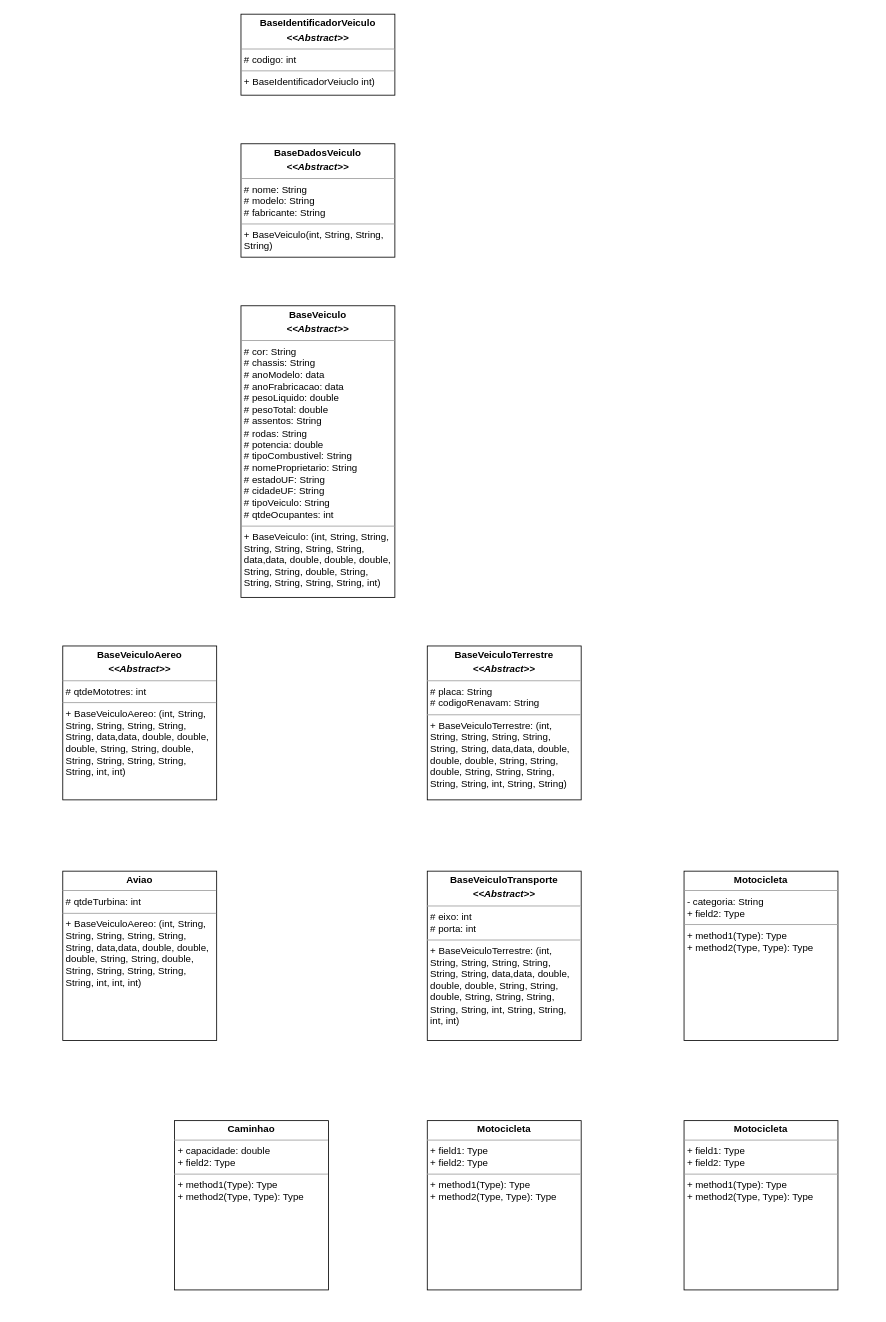
caiobr012/looAtivdade05 keeps this draw.io diagram as looAtividade05.drawio. Above is the earlier version. Source tidied: cells renumbered, new cells numbered last; positions are measured from the earlier drawing's top-left corner, leaving out a move shared by most shapes. Both pictures are drawn from the tidied source at 81%, with x=0, y=0 at pixel (62, 14).
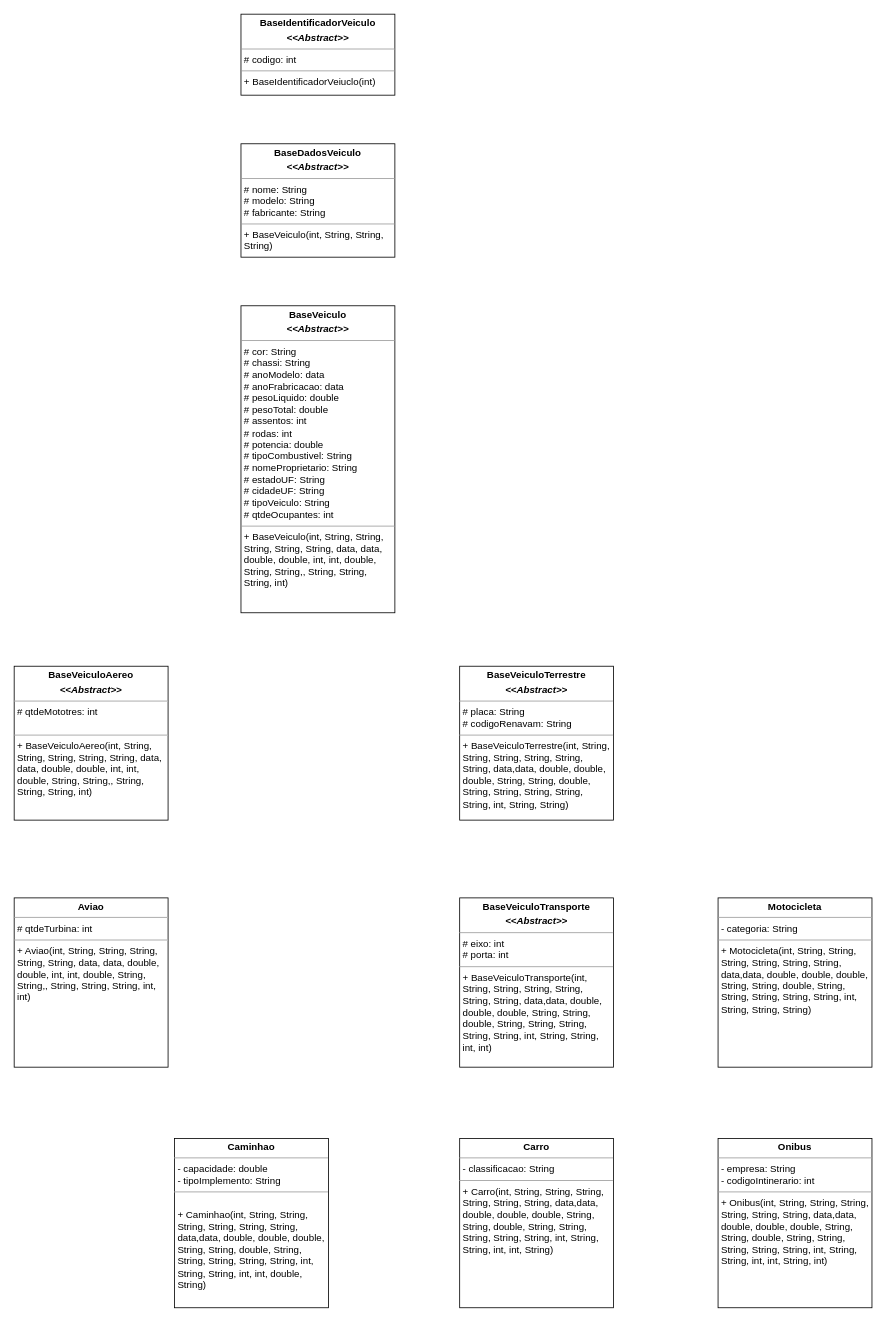
The same page after the edit.

What changed in the source:
```diff
@@
 <mxGraphModel>
   <root>
     <mxCell id="0" />
     <mxCell id="1" parent="0" />
-    <mxCell id="2" value="&lt;p style=&quot;margin:0px;margin-top:4px;text-align:center;&quot;&gt;&lt;b&gt;BaseIdentificadorVeiculo&lt;/b&gt;&lt;/p&gt;&lt;p style=&quot;margin:0px;margin-top:4px;text-align:center;&quot;&gt;&lt;i style=&quot;border-color: var(--border-color);&quot;&gt;&lt;b&gt;&amp;lt;&amp;lt;Abstract&amp;gt;&amp;gt;&lt;/b&gt;&lt;/i&gt;&lt;b&gt;&lt;br&gt;&lt;/b&gt;&lt;/p&gt;&lt;hr size=&quot;1&quot;&gt;&lt;p style=&quot;margin:0px;margin-left:4px;&quot;&gt;# codigo: int&lt;/p&gt;&lt;hr size=&quot;1&quot;&gt;&lt;p style=&quot;margin:0px;margin-left:4px;&quot;&gt;+ BaseIdentificadorVeiuclo int)&lt;/p&gt;" style="verticalAlign=top;align=left;overflow=fill;fontSize=12;fontFamily=Helvetica;html=1;whiteSpace=wrap;" parent="1" vertex="1">
+    <mxCell id="2" value="&lt;p style=&quot;margin:0px;margin-top:4px;text-align:center;&quot;&gt;&lt;b&gt;BaseIdentificadorVeiculo&lt;/b&gt;&lt;/p&gt;&lt;p style=&quot;margin:0px;margin-top:4px;text-align:center;&quot;&gt;&lt;i style=&quot;border-color: var(--border-color);&quot;&gt;&lt;b&gt;&amp;lt;&amp;lt;Abstract&amp;gt;&amp;gt;&lt;/b&gt;&lt;/i&gt;&lt;b&gt;&lt;br&gt;&lt;/b&gt;&lt;/p&gt;&lt;hr size=&quot;1&quot;&gt;&lt;p style=&quot;margin:0px;margin-left:4px;&quot;&gt;# codigo: int&lt;/p&gt;&lt;hr size=&quot;1&quot;&gt;&lt;p style=&quot;margin:0px;margin-left:4px;&quot;&gt;+ BaseIdentificadorVeiuclo(int)&lt;/p&gt;" style="verticalAlign=top;align=left;overflow=fill;fontSize=12;fontFamily=Helvetica;html=1;whiteSpace=wrap;" parent="1" vertex="1">
       <mxGeometry x="220" width="190" height="100" as="geometry" />
     </mxCell>
     <mxCell id="3" value="&lt;p style=&quot;border-color: var(--border-color); margin: 4px 0px 0px; text-align: center;&quot;&gt;&lt;b style=&quot;border-color: var(--border-color);&quot;&gt;BaseDadosVeiculo&lt;/b&gt;&lt;/p&gt;&lt;p style=&quot;border-color: var(--border-color); margin: 4px 0px 0px; text-align: center;&quot;&gt;&lt;i style=&quot;border-color: var(--border-color);&quot;&gt;&lt;b style=&quot;border-color: var(--border-color);&quot;&gt;&amp;lt;&amp;lt;Abstract&amp;gt;&amp;gt;&lt;/b&gt;&lt;/i&gt;&lt;/p&gt;&lt;hr size=&quot;1&quot;&gt;&lt;p style=&quot;margin:0px;margin-left:4px;&quot;&gt;# nome: String&lt;/p&gt;&lt;p style=&quot;margin:0px;margin-left:4px;&quot;&gt;# modelo: String&lt;/p&gt;&lt;p style=&quot;margin:0px;margin-left:4px;&quot;&gt;# fabricante: String&lt;/p&gt;&lt;hr size=&quot;1&quot;&gt;&lt;p style=&quot;margin:0px;margin-left:4px;&quot;&gt;+ BaseVeiculo(int, String, String, String)&lt;/p&gt;" style="verticalAlign=top;align=left;overflow=fill;fontSize=12;fontFamily=Helvetica;html=1;whiteSpace=wrap;" parent="1" vertex="1">
       <mxGeometry x="220" y="160" width="190" height="140" as="geometry" />
     </mxCell>
-    <mxCell id="4" value="&lt;p style=&quot;border-color: var(--border-color); margin: 4px 0px 0px; text-align: center;&quot;&gt;&lt;b&gt;BaseVeiculo&lt;/b&gt;&lt;/p&gt;&lt;p style=&quot;border-color: var(--border-color); margin: 4px 0px 0px; text-align: center;&quot;&gt;&lt;i style=&quot;border-color: var(--border-color);&quot;&gt;&lt;b style=&quot;border-color: var(--border-color);&quot;&gt;&amp;lt;&amp;lt;Abstract&amp;gt;&amp;gt;&lt;/b&gt;&lt;/i&gt;&lt;/p&gt;&lt;hr size=&quot;1&quot;&gt;&lt;p style=&quot;margin:0px;margin-left:4px;&quot;&gt;# cor: String&lt;/p&gt;&lt;p style=&quot;margin:0px;margin-left:4px;&quot;&gt;# chassis: String&lt;/p&gt;&lt;p style=&quot;margin:0px;margin-left:4px;&quot;&gt;# anoModelo: data&lt;/p&gt;&lt;p style=&quot;margin:0px;margin-left:4px;&quot;&gt;# anoFrabricacao: data&lt;/p&gt;&lt;p style=&quot;margin:0px;margin-left:4px;&quot;&gt;# pesoLiquido: double&lt;/p&gt;&lt;p style=&quot;margin:0px;margin-left:4px;&quot;&gt;# pesoTotal: double&lt;/p&gt;&lt;p style=&quot;margin:0px;margin-left:4px;&quot;&gt;# assentos: String&lt;/p&gt;&lt;p style=&quot;margin:0px;margin-left:4px;&quot;&gt;# rodas: String&lt;/p&gt;&lt;p style=&quot;margin:0px;margin-left:4px;&quot;&gt;# potencia: double&lt;/p&gt;&lt;p style=&quot;margin:0px;margin-left:4px;&quot;&gt;# tipoCombustivel: String&lt;/p&gt;&lt;p style=&quot;margin:0px;margin-left:4px;&quot;&gt;# nomeProprietario: String&lt;/p&gt;&lt;p style=&quot;margin:0px;margin-left:4px;&quot;&gt;# estadoUF: String&lt;/p&gt;&lt;p style=&quot;margin:0px;margin-left:4px;&quot;&gt;# cidadeUF: String&lt;/p&gt;&lt;p style=&quot;margin:0px;margin-left:4px;&quot;&gt;# tipoVeiculo: String&lt;/p&gt;&lt;p style=&quot;margin:0px;margin-left:4px;&quot;&gt;# qtdeOcupantes: int&lt;/p&gt;&lt;hr size=&quot;1&quot;&gt;&lt;p style=&quot;margin:0px;margin-left:4px;&quot;&gt;+ BaseVeiculo: (int, String, String, String, String, String, String, data,data, double, double, double, String, String, double, String, String, String, String, String, int)&lt;/p&gt;" style="verticalAlign=top;align=left;overflow=fill;fontSize=12;fontFamily=Helvetica;html=1;whiteSpace=wrap;" parent="1" vertex="1">
-      <mxGeometry x="220" y="360" width="190" height="360" as="geometry" />
+    <mxCell id="4" value="&lt;p style=&quot;border-color: var(--border-color); margin: 4px 0px 0px; text-align: center;&quot;&gt;&lt;b&gt;BaseVeiculo&lt;/b&gt;&lt;/p&gt;&lt;p style=&quot;border-color: var(--border-color); margin: 4px 0px 0px; text-align: center;&quot;&gt;&lt;i style=&quot;border-color: var(--border-color);&quot;&gt;&lt;b style=&quot;border-color: var(--border-color);&quot;&gt;&amp;lt;&amp;lt;Abstract&amp;gt;&amp;gt;&lt;/b&gt;&lt;/i&gt;&lt;/p&gt;&lt;hr size=&quot;1&quot;&gt;&lt;p style=&quot;margin:0px;margin-left:4px;&quot;&gt;# cor: String&lt;/p&gt;&lt;p style=&quot;margin:0px;margin-left:4px;&quot;&gt;# chassi: String&lt;/p&gt;&lt;p style=&quot;margin:0px;margin-left:4px;&quot;&gt;# anoModelo: data&lt;/p&gt;&lt;p style=&quot;margin:0px;margin-left:4px;&quot;&gt;# anoFrabricacao: data&lt;/p&gt;&lt;p style=&quot;margin:0px;margin-left:4px;&quot;&gt;# pesoLiquido: double&lt;/p&gt;&lt;p style=&quot;margin:0px;margin-left:4px;&quot;&gt;# pesoTotal: double&lt;/p&gt;&lt;p style=&quot;margin:0px;margin-left:4px;&quot;&gt;# assentos: int&lt;/p&gt;&lt;p style=&quot;margin:0px;margin-left:4px;&quot;&gt;# rodas: int&lt;/p&gt;&lt;p style=&quot;margin:0px;margin-left:4px;&quot;&gt;# potencia: double&lt;/p&gt;&lt;p style=&quot;margin:0px;margin-left:4px;&quot;&gt;# tipoCombustivel: String&lt;/p&gt;&lt;p style=&quot;margin:0px;margin-left:4px;&quot;&gt;# nomeProprietario: String&lt;/p&gt;&lt;p style=&quot;margin:0px;margin-left:4px;&quot;&gt;# estadoUF: String&lt;/p&gt;&lt;p style=&quot;margin:0px;margin-left:4px;&quot;&gt;# cidadeUF: String&lt;/p&gt;&lt;p style=&quot;margin:0px;margin-left:4px;&quot;&gt;# tipoVeiculo: String&lt;/p&gt;&lt;p style=&quot;margin:0px;margin-left:4px;&quot;&gt;# qtdeOcupantes: int&lt;/p&gt;&lt;hr size=&quot;1&quot;&gt;&lt;p style=&quot;margin:0px;margin-left:4px;&quot;&gt;+ BaseVeiculo(int, String, String, String, String, String, data, data, double, double, int, int, double, String, String,, String, String, String, int)&lt;/p&gt;" style="verticalAlign=top;align=left;overflow=fill;fontSize=12;fontFamily=Helvetica;html=1;whiteSpace=wrap;" parent="1" vertex="1">
+      <mxGeometry x="220" y="360" width="190" height="379" as="geometry" />
     </mxCell>
     <mxCell id="5" style="edgeStyle=orthogonalEdgeStyle;rounded=0;orthogonalLoop=1;jettySize=auto;html=1;exitX=0.5;exitY=1;exitDx=0;exitDy=0;" parent="1" edge="1">
       <mxGeometry relative="1" as="geometry">
         <mxPoint x="315" y="772" as="sourcePoint" />
         <mxPoint x="315" y="772" as="targetPoint" />
       </mxGeometry>
     </mxCell>
-    <mxCell id="6" value="&lt;p style=&quot;border-color: var(--border-color); margin: 4px 0px 0px; text-align: center;&quot;&gt;&lt;b style=&quot;border-color: var(--border-color);&quot;&gt;BaseVeiculoAereo&lt;/b&gt;&lt;/p&gt;&lt;p style=&quot;border-color: var(--border-color); margin: 4px 0px 0px; text-align: center;&quot;&gt;&lt;i style=&quot;border-color: var(--border-color);&quot;&gt;&lt;b style=&quot;border-color: var(--border-color);&quot;&gt;&amp;lt;&amp;lt;Abstract&amp;gt;&amp;gt;&lt;/b&gt;&lt;/i&gt;&lt;/p&gt;&lt;hr size=&quot;1&quot;&gt;&lt;p style=&quot;margin:0px;margin-left:4px;&quot;&gt;# qtdeMototres: int&lt;/p&gt;&lt;hr size=&quot;1&quot;&gt;&lt;p style=&quot;margin:0px;margin-left:4px;&quot;&gt;+ BaseVeiculoAereo: (int, String, String, String, String, String, String, data,data, double, double, double, String, String, double, String, String, String, String, String, int, int)&lt;br&gt;&lt;/p&gt;" style="verticalAlign=top;align=left;overflow=fill;fontSize=12;fontFamily=Helvetica;html=1;whiteSpace=wrap;" parent="1" vertex="1">
-      <mxGeometry y="780" width="190" height="190" as="geometry" />
-    </mxCell>
-    <mxCell id="7" value="&lt;p style=&quot;border-color: var(--border-color); margin: 4px 0px 0px; text-align: center;&quot;&gt;&lt;b style=&quot;border-color: var(--border-color);&quot;&gt;BaseVeiculoTerrestre&lt;/b&gt;&lt;/p&gt;&lt;p style=&quot;border-color: var(--border-color); margin: 4px 0px 0px; text-align: center;&quot;&gt;&lt;i style=&quot;border-color: var(--border-color);&quot;&gt;&lt;b style=&quot;border-color: var(--border-color);&quot;&gt;&amp;lt;&amp;lt;Abstract&amp;gt;&amp;gt;&lt;/b&gt;&lt;/i&gt;&lt;/p&gt;&lt;hr size=&quot;1&quot;&gt;&lt;p style=&quot;margin:0px;margin-left:4px;&quot;&gt;# placa: String&lt;/p&gt;&lt;p style=&quot;margin:0px;margin-left:4px;&quot;&gt;# codigoRenavam: String&lt;/p&gt;&lt;hr size=&quot;1&quot;&gt;&lt;p style=&quot;margin:0px;margin-left:4px;&quot;&gt;+ BaseVeiculoTerrestre&lt;span style=&quot;background-color: initial;&quot;&gt;: (int, String, String, String, String, String, String, data,data, double, double, double, String, String, double, String, String, String, String, String, int, String, String)&lt;/span&gt;&lt;/p&gt;" style="verticalAlign=top;align=left;overflow=fill;fontSize=12;fontFamily=Helvetica;html=1;whiteSpace=wrap;" parent="1" vertex="1">
-      <mxGeometry x="450" y="780" width="190" height="190" as="geometry" />
+    <mxCell id="7" value="&lt;p style=&quot;border-color: var(--border-color); margin: 4px 0px 0px; text-align: center;&quot;&gt;&lt;b style=&quot;border-color: var(--border-color);&quot;&gt;BaseVeiculoTerrestre&lt;/b&gt;&lt;/p&gt;&lt;p style=&quot;border-color: var(--border-color); margin: 4px 0px 0px; text-align: center;&quot;&gt;&lt;i style=&quot;border-color: var(--border-color);&quot;&gt;&lt;b style=&quot;border-color: var(--border-color);&quot;&gt;&amp;lt;&amp;lt;Abstract&amp;gt;&amp;gt;&lt;/b&gt;&lt;/i&gt;&lt;/p&gt;&lt;hr size=&quot;1&quot;&gt;&lt;p style=&quot;margin:0px;margin-left:4px;&quot;&gt;# placa: String&lt;/p&gt;&lt;p style=&quot;margin:0px;margin-left:4px;&quot;&gt;# codigoRenavam: String&lt;/p&gt;&lt;hr size=&quot;1&quot;&gt;&lt;p style=&quot;margin:0px;margin-left:4px;&quot;&gt;+ BaseVeiculoTerrestre&lt;span style=&quot;background-color: initial;&quot;&gt;(int, String, String, String, String, String, String, data,data, double, double, double, String, String, double, String, String, String, String, String, int, String, String)&lt;/span&gt;&lt;/p&gt;" style="verticalAlign=top;align=left;overflow=fill;fontSize=12;fontFamily=Helvetica;html=1;whiteSpace=wrap;" parent="1" vertex="1">
+      <mxGeometry x="490" y="805" width="190" height="190" as="geometry" />
     </mxCell>
-    <mxCell id="8" value="&lt;p style=&quot;margin:0px;margin-top:4px;text-align:center;&quot;&gt;&lt;b&gt;Motocicleta&lt;/b&gt;&lt;/p&gt;&lt;hr size=&quot;1&quot;&gt;&lt;p style=&quot;margin:0px;margin-left:4px;&quot;&gt;- categoria: String&lt;br&gt;+ field2: Type&lt;/p&gt;&lt;hr size=&quot;1&quot;&gt;&lt;p style=&quot;margin:0px;margin-left:4px;&quot;&gt;+ method1(Type): Type&lt;br&gt;+ method2(Type, Type): Type&lt;/p&gt;" style="verticalAlign=top;align=left;overflow=fill;fontSize=12;fontFamily=Helvetica;html=1;whiteSpace=wrap;" parent="1" vertex="1">
-      <mxGeometry x="767" y="1058" width="190" height="209" as="geometry" />
+    <mxCell id="8" value="&lt;p style=&quot;margin:0px;margin-top:4px;text-align:center;&quot;&gt;&lt;b&gt;Motocicleta&lt;/b&gt;&lt;/p&gt;&lt;hr size=&quot;1&quot;&gt;&lt;p style=&quot;margin:0px;margin-left:4px;&quot;&gt;- categoria: String&lt;br&gt;&lt;/p&gt;&lt;hr size=&quot;1&quot;&gt;&lt;p style=&quot;margin:0px;margin-left:4px;&quot;&gt;+ Motocicleta(int, String, String, String, String, String, String, data,data, double, double, double, String, String, double, String, String, String, String, String, int, String, String, String)&lt;br&gt;&lt;/p&gt;" style="verticalAlign=top;align=left;overflow=fill;fontSize=12;fontFamily=Helvetica;html=1;whiteSpace=wrap;" parent="1" vertex="1">
+      <mxGeometry x="809" y="1091" width="190" height="209" as="geometry" />
     </mxCell>
-    <mxCell id="9" value="&lt;p style=&quot;margin:0px;margin-top:4px;text-align:center;&quot;&gt;&lt;b&gt;Aviao&lt;/b&gt;&lt;/p&gt;&lt;hr size=&quot;1&quot;&gt;&lt;p style=&quot;margin:0px;margin-left:4px;&quot;&gt;# qtdeTurbina: int&lt;/p&gt;&lt;hr size=&quot;1&quot;&gt;&lt;p style=&quot;margin:0px;margin-left:4px;&quot;&gt;+ BaseVeiculoAereo: (int, String, String, String, String, String, String, data,data, double, double, double, String, String, double, String, String, String, String, String, int, int, int)&lt;br&gt;&lt;/p&gt;" style="verticalAlign=top;align=left;overflow=fill;fontSize=12;fontFamily=Helvetica;html=1;whiteSpace=wrap;" parent="1" vertex="1">
-      <mxGeometry y="1058" width="190" height="209" as="geometry" />
+    <mxCell id="9" value="&lt;p style=&quot;margin:0px;margin-top:4px;text-align:center;&quot;&gt;&lt;b&gt;Aviao&lt;/b&gt;&lt;/p&gt;&lt;hr size=&quot;1&quot;&gt;&lt;p style=&quot;margin:0px;margin-left:4px;&quot;&gt;# qtdeTurbina: int&lt;/p&gt;&lt;hr size=&quot;1&quot;&gt;&lt;p style=&quot;margin:0px;margin-left:4px;&quot;&gt;+ Aviao(int, String, String, String, String, String, data, data, double, double, int, int, double, String, String,, String, String, String, int, int)&lt;br&gt;&lt;/p&gt;" style="verticalAlign=top;align=left;overflow=fill;fontSize=12;fontFamily=Helvetica;html=1;whiteSpace=wrap;" parent="1" vertex="1">
+      <mxGeometry x="-60" y="1091" width="190" height="209" as="geometry" />
     </mxCell>
-    <mxCell id="10" value="&lt;p style=&quot;border-color: var(--border-color); margin: 4px 0px 0px; text-align: center;&quot;&gt;&lt;b style=&quot;border-color: var(--border-color);&quot;&gt;BaseVeiculoTransporte&lt;/b&gt;&lt;/p&gt;&lt;p style=&quot;border-color: var(--border-color); margin: 4px 0px 0px; text-align: center;&quot;&gt;&lt;i style=&quot;border-color: var(--border-color);&quot;&gt;&lt;b style=&quot;border-color: var(--border-color);&quot;&gt;&amp;lt;&amp;lt;Abstract&amp;gt;&amp;gt;&lt;/b&gt;&lt;/i&gt;&lt;/p&gt;&lt;hr size=&quot;1&quot;&gt;&lt;p style=&quot;margin:0px;margin-left:4px;&quot;&gt;# eixo: int&lt;/p&gt;&lt;p style=&quot;margin:0px;margin-left:4px;&quot;&gt;# porta: int&lt;/p&gt;&lt;hr size=&quot;1&quot;&gt;&lt;p style=&quot;margin:0px;margin-left:4px;&quot;&gt;+ BaseVeiculoTerrestre&lt;span style=&quot;background-color: initial;&quot;&gt;: (int, String, String, String, String, String, String, data,data, double, double, double, String, String, double, String, String, String, String, String, int, String, String, int, int)&lt;/span&gt;&lt;/p&gt;" style="verticalAlign=top;align=left;overflow=fill;fontSize=12;fontFamily=Helvetica;html=1;whiteSpace=wrap;" parent="1" vertex="1">
-      <mxGeometry x="450" y="1058" width="190" height="209" as="geometry" />
+    <mxCell id="10" value="&lt;p style=&quot;border-color: var(--border-color); margin: 4px 0px 0px; text-align: center;&quot;&gt;&lt;b style=&quot;border-color: var(--border-color);&quot;&gt;BaseVeiculoTransporte&lt;/b&gt;&lt;/p&gt;&lt;p style=&quot;border-color: var(--border-color); margin: 4px 0px 0px; text-align: center;&quot;&gt;&lt;i style=&quot;border-color: var(--border-color);&quot;&gt;&lt;b style=&quot;border-color: var(--border-color);&quot;&gt;&amp;lt;&amp;lt;Abstract&amp;gt;&amp;gt;&lt;/b&gt;&lt;/i&gt;&lt;/p&gt;&lt;hr size=&quot;1&quot;&gt;&lt;p style=&quot;margin:0px;margin-left:4px;&quot;&gt;# eixo: int&lt;/p&gt;&lt;p style=&quot;margin:0px;margin-left:4px;&quot;&gt;# porta: int&lt;/p&gt;&lt;hr size=&quot;1&quot;&gt;&lt;p style=&quot;margin:0px;margin-left:4px;&quot;&gt;+ BaseVeiculoTransporte(int, String, String, String, String, String, String, data,data, double, double, double, String, String, double, String, String, String, String, String, int, String, String, int, int)&lt;br&gt;&lt;/p&gt;" style="verticalAlign=top;align=left;overflow=fill;fontSize=12;fontFamily=Helvetica;html=1;whiteSpace=wrap;" parent="1" vertex="1">
+      <mxGeometry x="490" y="1091" width="190" height="209" as="geometry" />
     </mxCell>
-    <mxCell id="11" value="&lt;p style=&quot;margin:0px;margin-top:4px;text-align:center;&quot;&gt;&lt;b&gt;Caminhao&lt;/b&gt;&lt;/p&gt;&lt;hr size=&quot;1&quot;&gt;&lt;p style=&quot;margin:0px;margin-left:4px;&quot;&gt;+ capacidade: double&lt;br&gt;+ field2: Type&lt;/p&gt;&lt;hr size=&quot;1&quot;&gt;&lt;p style=&quot;margin:0px;margin-left:4px;&quot;&gt;+ method1(Type): Type&lt;br&gt;+ method2(Type, Type): Type&lt;/p&gt;" style="verticalAlign=top;align=left;overflow=fill;fontSize=12;fontFamily=Helvetica;html=1;whiteSpace=wrap;" parent="1" vertex="1">
-      <mxGeometry x="138" y="1366" width="190" height="209" as="geometry" />
+    <mxCell id="11" value="&lt;p style=&quot;margin:0px;margin-top:4px;text-align:center;&quot;&gt;&lt;b&gt;Caminhao&lt;/b&gt;&lt;/p&gt;&lt;hr size=&quot;1&quot;&gt;&lt;p style=&quot;margin:0px;margin-left:4px;&quot;&gt;- capacidade: double&lt;br&gt;- tipoImplemento: String&lt;/p&gt;&lt;hr size=&quot;1&quot;&gt;&lt;p style=&quot;margin:0px;margin-left:4px;&quot;&gt;&lt;br&gt;&lt;/p&gt;&lt;p style=&quot;margin:0px;margin-left:4px;&quot;&gt;+ Caminhao(int, String, String, String, String, String, String, data,data, double, double, double, String, String, double, String, String, String, String, String, int, String, String, int, int, double, String)&lt;br&gt;&lt;br&gt;&lt;/p&gt;" style="verticalAlign=top;align=left;overflow=fill;fontSize=12;fontFamily=Helvetica;html=1;whiteSpace=wrap;" parent="1" vertex="1">
+      <mxGeometry x="138" y="1388" width="190" height="209" as="geometry" />
     </mxCell>
-    <mxCell id="12" value="&lt;p style=&quot;margin:0px;margin-top:4px;text-align:center;&quot;&gt;&lt;b&gt;Motocicleta&lt;/b&gt;&lt;/p&gt;&lt;hr size=&quot;1&quot;&gt;&lt;p style=&quot;margin:0px;margin-left:4px;&quot;&gt;+ field1: Type&lt;br&gt;+ field2: Type&lt;/p&gt;&lt;hr size=&quot;1&quot;&gt;&lt;p style=&quot;margin:0px;margin-left:4px;&quot;&gt;+ method1(Type): Type&lt;br&gt;+ method2(Type, Type): Type&lt;/p&gt;" style="verticalAlign=top;align=left;overflow=fill;fontSize=12;fontFamily=Helvetica;html=1;whiteSpace=wrap;" parent="1" vertex="1">
-      <mxGeometry x="450" y="1366" width="190" height="209" as="geometry" />
+    <mxCell id="12" value="&lt;p style=&quot;margin:0px;margin-top:4px;text-align:center;&quot;&gt;&lt;b&gt;Carro&lt;/b&gt;&lt;/p&gt;&lt;hr size=&quot;1&quot;&gt;&lt;p style=&quot;margin:0px;margin-left:4px;&quot;&gt;- classificacao: String&lt;/p&gt;&lt;hr size=&quot;1&quot;&gt;&lt;p style=&quot;margin:0px;margin-left:4px;&quot;&gt;+ Carro(int, String, String, String, String, String, String, data,data, double, double, double, String, String, double, String, String, String, String, String, int, String, String, int, int, String)&lt;br&gt;&lt;/p&gt;" style="verticalAlign=top;align=left;overflow=fill;fontSize=12;fontFamily=Helvetica;html=1;whiteSpace=wrap;" parent="1" vertex="1">
+      <mxGeometry x="490" y="1388" width="190" height="209" as="geometry" />
     </mxCell>
-    <mxCell id="13" value="&lt;p style=&quot;margin:0px;margin-top:4px;text-align:center;&quot;&gt;&lt;b&gt;Motocicleta&lt;/b&gt;&lt;/p&gt;&lt;hr size=&quot;1&quot;&gt;&lt;p style=&quot;margin:0px;margin-left:4px;&quot;&gt;+ field1: Type&lt;br&gt;+ field2: Type&lt;/p&gt;&lt;hr size=&quot;1&quot;&gt;&lt;p style=&quot;margin:0px;margin-left:4px;&quot;&gt;+ method1(Type): Type&lt;br&gt;+ method2(Type, Type): Type&lt;/p&gt;" style="verticalAlign=top;align=left;overflow=fill;fontSize=12;fontFamily=Helvetica;html=1;whiteSpace=wrap;" parent="1" vertex="1">
-      <mxGeometry x="767" y="1366" width="190" height="209" as="geometry" />
+    <mxCell id="13" value="&lt;p style=&quot;margin:0px;margin-top:4px;text-align:center;&quot;&gt;&lt;b&gt;Onibus&lt;/b&gt;&lt;/p&gt;&lt;hr size=&quot;1&quot;&gt;&lt;p style=&quot;margin:0px;margin-left:4px;&quot;&gt;- empresa: String&lt;br&gt;- codigoIntinerario: int&lt;/p&gt;&lt;hr size=&quot;1&quot;&gt;&lt;p style=&quot;margin:0px;margin-left:4px;&quot;&gt;+ Onibus(int, String, String, String, String, String, String, data,data, double, double, double, String, String, double, String, String, String, String, String, int, String, String, int, int, String, int)&lt;br&gt;&lt;/p&gt;" style="verticalAlign=top;align=left;overflow=fill;fontSize=12;fontFamily=Helvetica;html=1;whiteSpace=wrap;" parent="1" vertex="1">
+      <mxGeometry x="809" y="1388" width="190" height="209" as="geometry" />
     </mxCell>
+    <mxCell id="14" value="&lt;p style=&quot;border-color: var(--border-color); margin: 4px 0px 0px; text-align: center;&quot;&gt;&lt;b style=&quot;border-color: var(--border-color);&quot;&gt;BaseVeiculoAereo&lt;/b&gt;&lt;/p&gt;&lt;p style=&quot;border-color: var(--border-color); margin: 4px 0px 0px; text-align: center;&quot;&gt;&lt;i style=&quot;border-color: var(--border-color);&quot;&gt;&lt;b style=&quot;border-color: var(--border-color);&quot;&gt;&amp;lt;&amp;lt;Abstract&amp;gt;&amp;gt;&lt;/b&gt;&lt;/i&gt;&lt;/p&gt;&lt;hr size=&quot;1&quot;&gt;&lt;p style=&quot;margin:0px;margin-left:4px;&quot;&gt;# qtdeMototres: int&lt;br&gt;&lt;br&gt;&lt;/p&gt;&lt;hr size=&quot;1&quot;&gt;&lt;p style=&quot;margin:0px;margin-left:4px;&quot;&gt;+ BaseVeiculoAereo(int, String, String, String, String, String, data, data, double, double, int, int, double, String, String,, String, String, String, int)&lt;br&gt;&lt;/p&gt;" style="verticalAlign=top;align=left;overflow=fill;fontSize=12;fontFamily=Helvetica;html=1;whiteSpace=wrap;" parent="1" vertex="1">
+      <mxGeometry x="-60" y="805" width="190" height="190" as="geometry" />
+    </mxCell>
   </root>
 </mxGraphModel>
```
